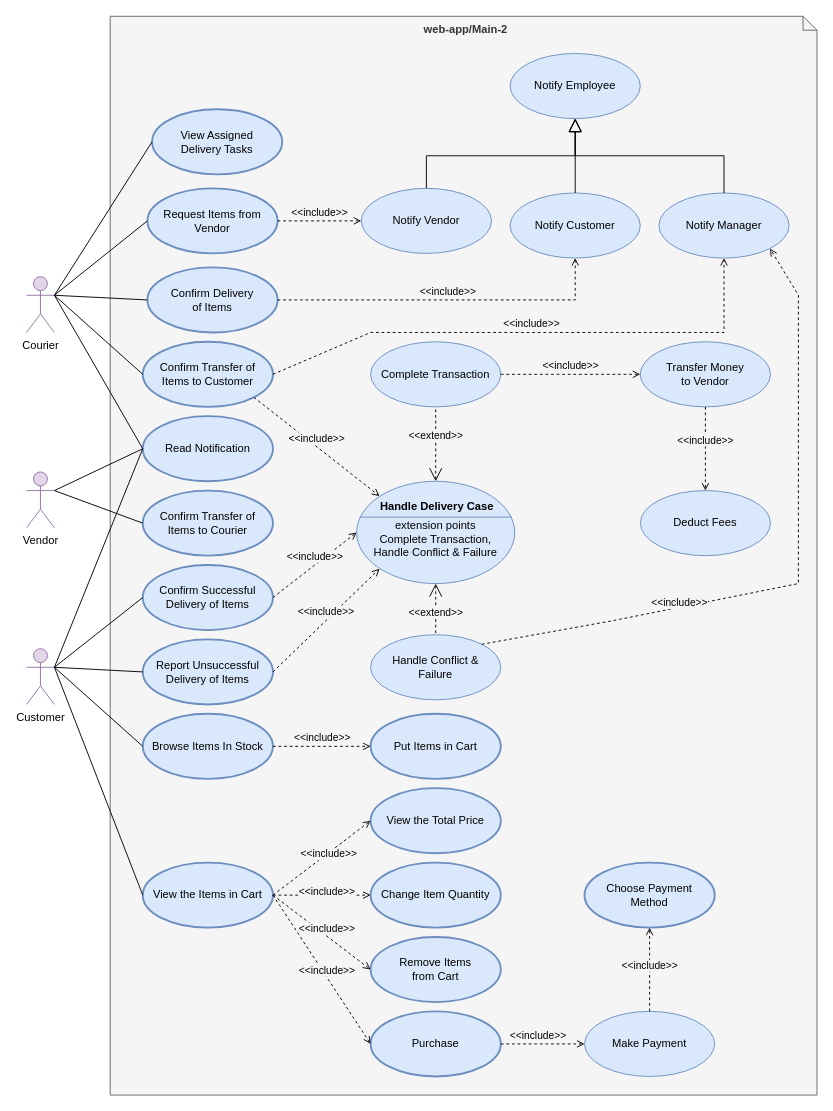
nati-esh-zed/online_shopping_webapp keeps this draw.io diagram as page "main-use-case-diagram-2" (3 of 3) of software requirement/design/all-diagrams.drawio. Above is the earlier version. Source tidied: cells renumbered, new cells numbered last; positions are measured from the earlier drawing's top-left corner, leaving out a move shared by most shapes. Both pictures are drawn from the tidied source at 93%, with x=0, y=0 at pixel (26, 16).
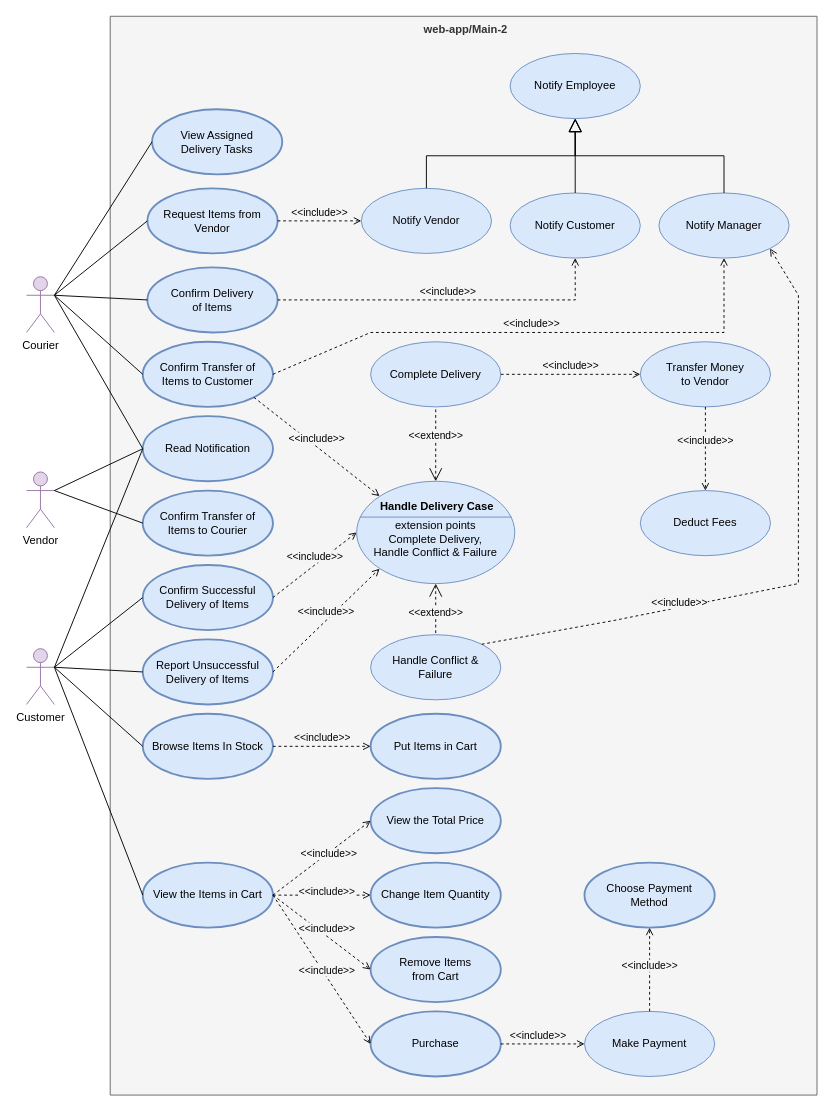
Above is the later version.

Change to the diagram source:
```diff
@@
-    <mxCell id="2" value="web-app/Main-2" style="shape=note;html=1;verticalAlign=top;fontStyle=1;whiteSpace=wrap;align=center;fillColor=#F5F5F5;fontColor=#333333;strokeColor=#666666;size=15;spacingLeft=5;labelBackgroundColor=#f5f5f5;" parent="1" vertex="1">
+    <mxCell id="2" value="web-app/Main-2" style="shape=note;html=1;verticalAlign=top;fontStyle=1;whiteSpace=wrap;align=center;fillColor=#F5F5F5;fontColor=#333333;strokeColor=#666666;size=0;spacingLeft=5;labelBackgroundColor=#f5f5f5;" parent="1" vertex="1">
       <mxGeometry x="90" width="760" height="1160" as="geometry" />
     </mxCell>
@@
-    <mxCell id="56" value="&lt;br&gt;extension points&lt;br&gt;Complete Transaction,&lt;br&gt;Handle Conflict &amp;amp; Failure" style="html=1;shape=mxgraph.sysml.useCaseExtPt;whiteSpace=wrap;align=center;fillColor=#dae8fc;strokeColor=#6c8ebf;" parent="1" vertex="1">
+    <mxCell id="56" value="&lt;br&gt;extension points&lt;br&gt;Complete Delivery,&lt;br&gt;Handle Conflict &amp;amp; Failure" style="html=1;shape=mxgraph.sysml.useCaseExtPt;whiteSpace=wrap;align=center;fillColor=#dae8fc;strokeColor=#6c8ebf;" parent="1" vertex="1">
       <mxGeometry x="355" y="500" width="170" height="110" as="geometry" />
     </mxCell>
@@
-    <mxCell id="62" value="Complete Transaction" style="ellipse;whiteSpace=wrap;html=1;fillColor=#dae8fc;strokeColor=#6c8ebf;strokeWidth=1;" parent="1" vertex="1">
+    <mxCell id="62" value="Complete Delivery" style="ellipse;whiteSpace=wrap;html=1;fillColor=#dae8fc;strokeColor=#6c8ebf;strokeWidth=1;" parent="1" vertex="1">
       <mxGeometry x="370" y="350" width="140" height="70" as="geometry" />
     </mxCell>
```
